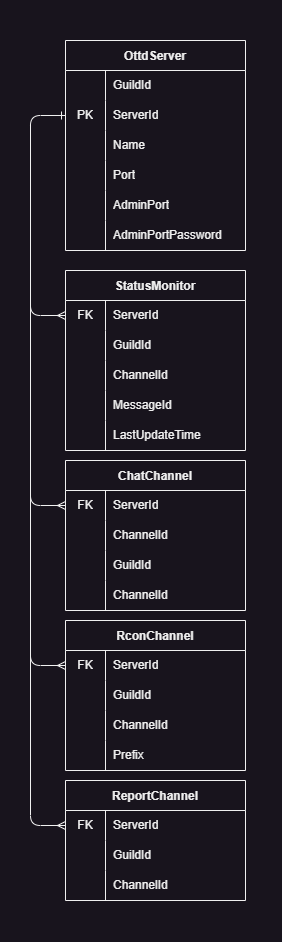
This is docs/database.drawio.png from shoter/OpenttdDiscord, a draw.io export, as it was before one commit. Source tidied: cells renumbered, new cells last; positions are measured from the earlier drawing's top-left corner, leaving out a move shared by most shapes.
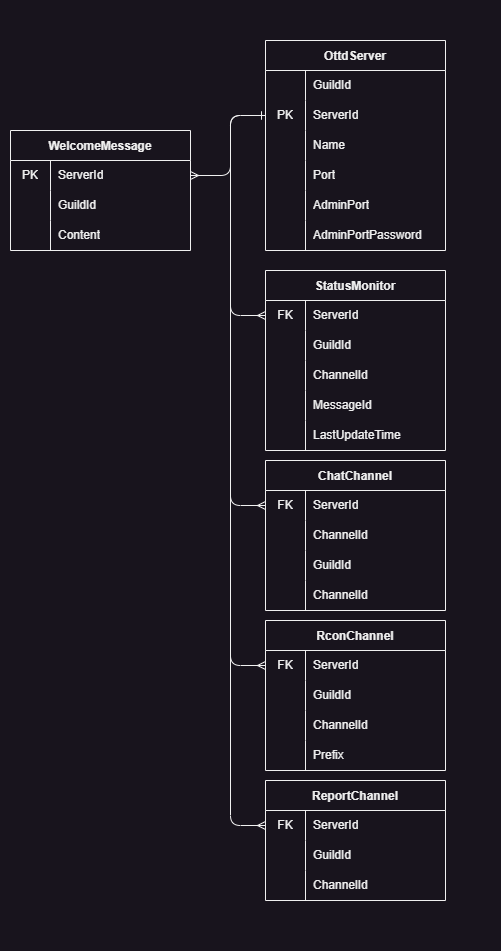
Later version of the same file.

Commit message:
docs: WelcomeMessage DbDesign

The edit, as a diff of the source:
```diff
@@ -3,7 +3,7 @@
     <mxCell id="0" />
     <mxCell id="1" parent="0" />
     <mxCell id="2" style="whiteSpace=wrap;html=1;labelBackgroundColor=none;labelBorderColor=none;strokeColor=none;fontColor=#F0F0F0;fillColor=#18141D;" parent="1" vertex="1">
-      <mxGeometry width="280" height="940" as="geometry" />
+      <mxGeometry x="-200" width="500" height="950" as="geometry" />
     </mxCell>
     <mxCell id="3" value="OttdServer" style="shape=table;startSize=30;rowLines=0;fontStyle=1;fontColor=#F0F0F0;strokeColor=#F0F0F0;fillColor=#18141D;" parent="1" vertex="1">
       <mxGeometry x="65" y="40" width="180" height="210" as="geometry" />
@@ -250,5 +250,43 @@
         </Array>
       </mxGeometry>
     </mxCell>
+    <mxCell id="78" value="WelcomeMessage" style="shape=table;startSize=30;rowLines=0;fontStyle=1;fontColor=#F0F0F0;strokeColor=#F0F0F0;fillColor=#18141D;" parent="1" vertex="1">
+      <mxGeometry x="-190" y="130" width="180" height="120" as="geometry" />
+    </mxCell>
+    <mxCell id="79" style="shape=tableRow;horizontal=0;startSize=0;swimlaneHead=0;swimlaneBody=0;top=0;left=0;bottom=0;right=0;fillColor=none;points=[[0,0.5],[1,0.5]];portConstraint=eastwest;fontColor=#F0F0F0;strokeColor=#F0F0F0;" parent="78" vertex="1">
+      <mxGeometry y="30" width="180" height="30" as="geometry" />
+    </mxCell>
+    <mxCell id="80" value="PK" style="shape=partialRectangle;html=1;whiteSpace=wrap;fillColor=none;top=0;left=0;bottom=0;right=0;overflow=hidden;fontColor=#F0F0F0;strokeColor=#F0F0F0;" parent="79" vertex="1">
+      <mxGeometry width="40" height="30" as="geometry" />
+    </mxCell>
+    <mxCell id="81" value="ServerId" style="shape=partialRectangle;html=1;whiteSpace=wrap;fillColor=none;top=0;left=0;bottom=0;right=0;align=left;spacingLeft=6;overflow=hidden;labelBackgroundColor=none;labelBorderColor=none;fontColor=#F0F0F0;strokeColor=#F0F0F0;" parent="79" vertex="1">
+      <mxGeometry x="40" width="140" height="30" as="geometry" />
+    </mxCell>
+    <mxCell id="82" style="shape=tableRow;horizontal=0;startSize=0;swimlaneHead=0;swimlaneBody=0;top=0;left=0;bottom=0;right=0;fillColor=none;fontColor=#F0F0F0;strokeColor=#F0F0F0;" parent="78" vertex="1">
+      <mxGeometry y="60" width="180" height="30" as="geometry" />
+    </mxCell>
+    <mxCell id="83" style="shape=partialRectangle;html=1;whiteSpace=wrap;fillColor=none;top=0;left=0;bottom=0;right=0;overflow=hidden;fontColor=#F0F0F0;strokeColor=#F0F0F0;" parent="82" vertex="1">
+      <mxGeometry width="40" height="30" as="geometry" />
+    </mxCell>
+    <mxCell id="84" value="GuildId" style="shape=partialRectangle;html=1;whiteSpace=wrap;fillColor=none;top=0;left=0;bottom=0;right=0;align=left;spacingLeft=6;overflow=hidden;fontColor=#F0F0F0;strokeColor=#F0F0F0;" parent="82" vertex="1">
+      <mxGeometry x="40" width="140" height="30" as="geometry" />
+    </mxCell>
+    <mxCell id="85" style="shape=tableRow;horizontal=0;startSize=0;swimlaneHead=0;swimlaneBody=0;top=0;left=0;bottom=0;right=0;fillColor=none;fontColor=#F0F0F0;strokeColor=#F0F0F0;" parent="78" vertex="1">
+      <mxGeometry y="90" width="180" height="30" as="geometry" />
+    </mxCell>
+    <mxCell id="86" style="shape=partialRectangle;html=1;whiteSpace=wrap;fillColor=none;top=0;left=0;bottom=0;right=0;overflow=hidden;fontColor=#F0F0F0;strokeColor=#F0F0F0;" parent="85" vertex="1">
+      <mxGeometry width="40" height="30" as="geometry" />
+    </mxCell>
+    <mxCell id="87" value="Content" style="shape=partialRectangle;html=1;whiteSpace=wrap;fillColor=none;top=0;left=0;bottom=0;right=0;align=left;spacingLeft=6;overflow=hidden;fontColor=#F0F0F0;strokeColor=#F0F0F0;" parent="85" vertex="1">
+      <mxGeometry x="40" width="140" height="30" as="geometry" />
+    </mxCell>
+    <mxCell id="88" style="endArrow=ERone;html=1;exitX=1;exitY=0.5;exitDx=0;exitDy=0;startArrow=ERmany;startFill=0;endFill=0;entryX=0;entryY=0.5;entryDx=0;entryDy=0;fontColor=#F0F0F0;strokeColor=#F0F0F0;" parent="1" edge="1" source="79" target="7">
+      <mxGeometry relative="1" as="geometry">
+        <Array as="points">
+          <mxPoint x="30" y="175" />
+          <mxPoint x="30" y="115" />
+        </Array>
+      </mxGeometry>
+    </mxCell>
   </root>
 </mxGraphModel>
```
